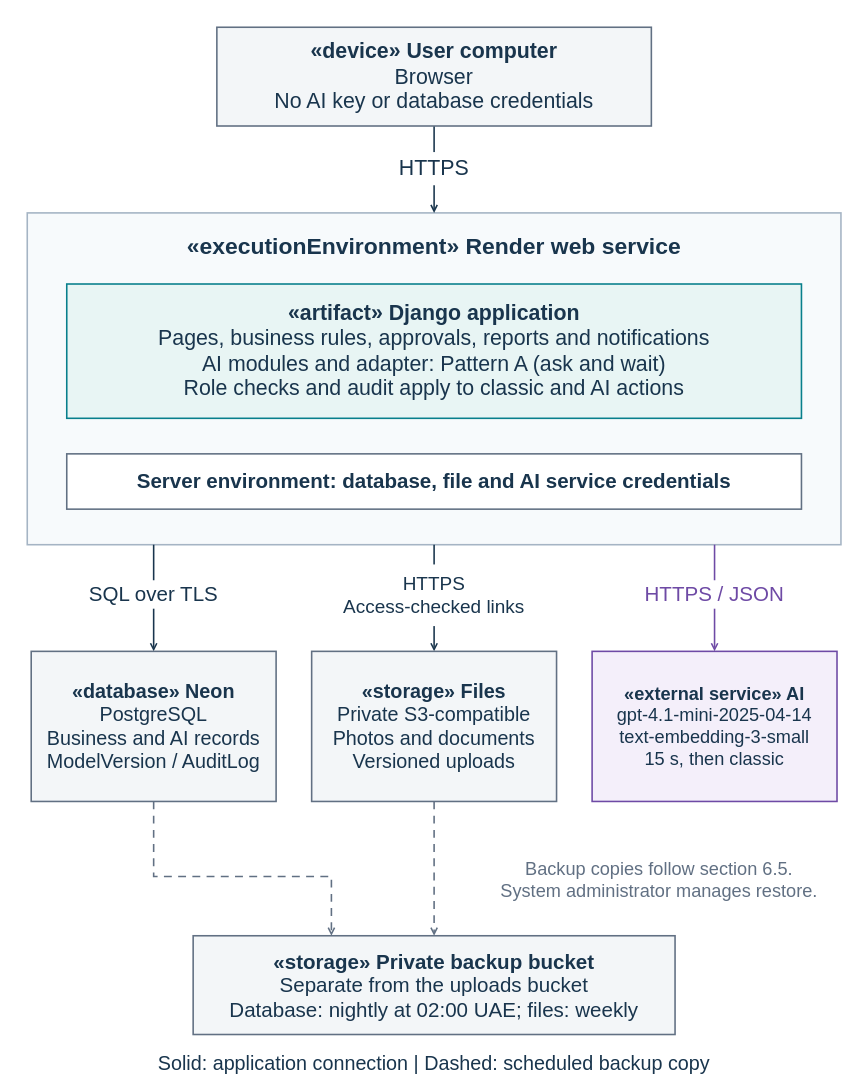
Earlier version of the draw.io diagram docs/phase45/images/figure-11-2-deployment.drawio (duqins/ITS). Source tidied: cells renumbered, new cells numbered last; positions are measured from the earlier drawing's top-left corner, leaving out a move shared by most shapes. Both pictures are drawn from the tidied source at 79%, with x=0, y=0 at pixel (27, 27).
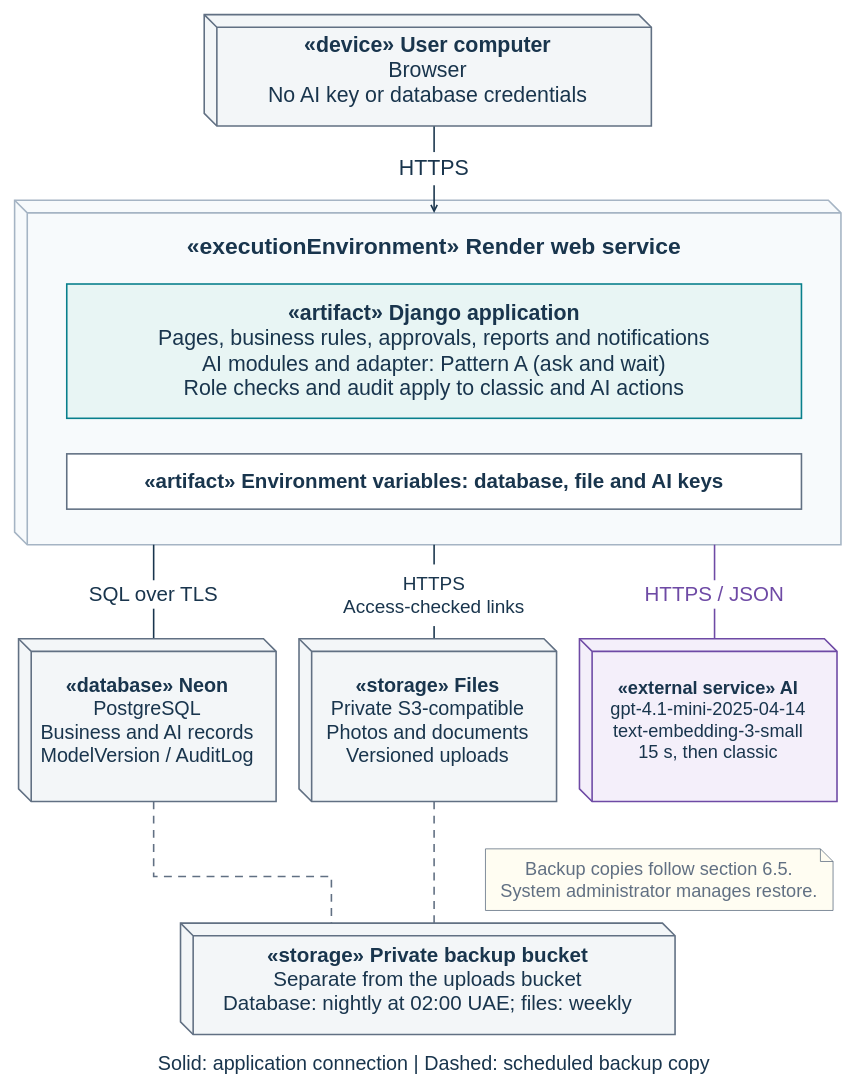
The same diagram, later.

The edit, as a diff of the source:
```diff
@@
-    <mxCell id="2" style="rounded=0;html=1;fillColor=#F7FAFC;strokeColor=#A5B4C4;strokeWidth=2;" parent="1" vertex="1">
-      <mxGeometry y="235" width="1030" height="420" as="geometry" />
+    <mxCell id="2" style="shape=cube;size=16;rounded=0;html=1;fillColor=#F7FAFC;strokeColor=#A5B4C4;strokeWidth=2;" parent="1" vertex="1">
+      <mxGeometry x="-16" y="219" width="1046" height="436" as="geometry" />
     </mxCell>
@@
-    <mxCell id="9" value="&lt;div style=&quot;line-height:1.18&quot;&gt;&lt;b&gt;«device» User computer&lt;/b&gt;&lt;br&gt;Browser&lt;br&gt;No AI key or database credentials&lt;/div&gt;" style="rounded=0;arcSize=15;whiteSpace=wrap;html=1;fillColor=#F3F6F8;strokeColor=#617083;strokeWidth=2;fontFamily=Arial;fontSize=27;fontColor=#19354D;align=center;verticalAlign=middle;spacing=8;" parent="1" vertex="1">
-      <mxGeometry x="240" width="550" height="125" as="geometry" />
+    <mxCell id="9" value="&lt;div style=&quot;line-height:1.18&quot;&gt;&lt;b&gt;«device» User computer&lt;/b&gt;&lt;br&gt;Browser&lt;br&gt;No AI key or database credentials&lt;/div&gt;" style="shape=cube;size=16;rounded=0;arcSize=15;whiteSpace=wrap;html=1;fillColor=#F3F6F8;strokeColor=#617083;strokeWidth=2;fontFamily=Arial;fontSize=27;fontColor=#19354D;align=center;verticalAlign=middle;spacing=8;" parent="1" vertex="1">
+      <mxGeometry x="224" y="-16" width="566" height="141" as="geometry" />
     </mxCell>
@@
-    <mxCell id="11" value="&lt;div style=&quot;line-height:1.18&quot;&gt;&lt;b&gt;Server environment: database, file and AI service credentials&lt;/b&gt;&lt;/div&gt;" style="rounded=0;arcSize=15;whiteSpace=wrap;html=1;fillColor=white;strokeColor=#617083;strokeWidth=2;fontFamily=Arial;fontSize=26;fontColor=#19354D;align=center;verticalAlign=middle;spacing=8;" parent="1" vertex="1">
+    <mxCell id="11" value="&lt;div style=&quot;line-height:1.18&quot;&gt;&lt;b&gt;«artifact» Environment variables: database, file and AI keys&lt;/b&gt;&lt;/div&gt;" style="rounded=0;arcSize=15;whiteSpace=wrap;html=1;fillColor=white;strokeColor=#617083;strokeWidth=2;fontFamily=Arial;fontSize=26;fontColor=#19354D;align=center;verticalAlign=middle;spacing=8;" parent="1" vertex="1">
       <mxGeometry x="50" y="540" width="930" height="70" as="geometry" />
     </mxCell>
-    <mxCell id="12" value="&lt;div style=&quot;line-height:1.18&quot;&gt;&lt;b&gt;«database» Neon&lt;/b&gt;&lt;br&gt;PostgreSQL&lt;br&gt;Business and AI records&lt;br&gt;ModelVersion / AuditLog&lt;/div&gt;" style="rounded=0;arcSize=15;whiteSpace=wrap;html=1;fillColor=#F3F6F8;strokeColor=#617083;strokeWidth=2;fontFamily=Arial;fontSize=25;fontColor=#19354D;align=center;verticalAlign=middle;spacing=8;" parent="1" vertex="1">
-      <mxGeometry x="5" y="790" width="310" height="190" as="geometry" />
+    <mxCell id="12" value="&lt;div style=&quot;line-height:1.18&quot;&gt;&lt;b&gt;«database» Neon&lt;/b&gt;&lt;br&gt;PostgreSQL&lt;br&gt;Business and AI records&lt;br&gt;ModelVersion / AuditLog&lt;/div&gt;" style="shape=cube;size=16;rounded=0;arcSize=15;whiteSpace=wrap;html=1;fillColor=#F3F6F8;strokeColor=#617083;strokeWidth=2;fontFamily=Arial;fontSize=25;fontColor=#19354D;align=center;verticalAlign=middle;spacing=8;" parent="1" vertex="1">
+      <mxGeometry x="-11" y="774" width="326" height="206" as="geometry" />
     </mxCell>
-    <mxCell id="13" value="&lt;div style=&quot;line-height:1.18&quot;&gt;&lt;b&gt;«storage» Files&lt;/b&gt;&lt;br&gt;Private S3-compatible&lt;br&gt;Photos and documents&lt;br&gt;Versioned uploads&lt;/div&gt;" style="rounded=0;arcSize=15;whiteSpace=wrap;html=1;fillColor=#F3F6F8;strokeColor=#617083;strokeWidth=2;fontFamily=Arial;fontSize=25;fontColor=#19354D;align=center;verticalAlign=middle;spacing=8;" parent="1" vertex="1">
-      <mxGeometry x="360" y="790" width="310" height="190" as="geometry" />
+    <mxCell id="13" value="&lt;div style=&quot;line-height:1.18&quot;&gt;&lt;b&gt;«storage» Files&lt;/b&gt;&lt;br&gt;Private S3-compatible&lt;br&gt;Photos and documents&lt;br&gt;Versioned uploads&lt;/div&gt;" style="shape=cube;size=16;rounded=0;arcSize=15;whiteSpace=wrap;html=1;fillColor=#F3F6F8;strokeColor=#617083;strokeWidth=2;fontFamily=Arial;fontSize=25;fontColor=#19354D;align=center;verticalAlign=middle;spacing=8;" parent="1" vertex="1">
+      <mxGeometry x="344" y="774" width="326" height="206" as="geometry" />
     </mxCell>
-    <mxCell id="14" value="&lt;div style=&quot;line-height:1.18&quot;&gt;&lt;b&gt;«external service» AI&lt;/b&gt;&lt;br&gt;gpt-4.1-mini-2025-04-14&lt;br&gt;text-embedding-3-small&lt;br&gt;15 s, then classic&lt;/div&gt;" style="rounded=0;arcSize=15;whiteSpace=wrap;html=1;fillColor=#F4EFFA;strokeColor=#6E4AA5;strokeWidth=2;fontFamily=Arial;fontSize=23;fontColor=#19354D;align=center;verticalAlign=middle;spacing=8;" parent="1" vertex="1">
-      <mxGeometry x="715" y="790" width="310" height="190" as="geometry" />
+    <mxCell id="14" value="&lt;div style=&quot;line-height:1.18&quot;&gt;&lt;b&gt;«external service» AI&lt;/b&gt;&lt;br&gt;gpt-4.1-mini-2025-04-14&lt;br&gt;text-embedding-3-small&lt;br&gt;15 s, then classic&lt;/div&gt;" style="shape=cube;size=16;rounded=0;arcSize=15;whiteSpace=wrap;html=1;fillColor=#F4EFFA;strokeColor=#6E4AA5;strokeWidth=2;fontFamily=Arial;fontSize=23;fontColor=#19354D;align=center;verticalAlign=middle;spacing=8;" parent="1" vertex="1">
+      <mxGeometry x="699" y="774" width="326" height="206" as="geometry" />
     </mxCell>
-    <mxCell id="15" value="&lt;div style=&quot;line-height:1.18&quot;&gt;&lt;b&gt;«storage» Private backup bucket&lt;/b&gt;&lt;br&gt;Separate from the uploads bucket&lt;br&gt;Database: nightly at 02:00 UAE; files: weekly&lt;/div&gt;" style="rounded=0;arcSize=15;whiteSpace=wrap;html=1;fillColor=#F3F6F8;strokeColor=#617083;strokeWidth=2;fontFamily=Arial;fontSize=26;fontColor=#19354D;align=center;verticalAlign=middle;spacing=8;" parent="1" vertex="1">
-      <mxGeometry x="210" y="1150" width="610" height="125" as="geometry" />
+    <mxCell id="15" value="&lt;div style=&quot;line-height:1.18&quot;&gt;&lt;b&gt;«storage» Private backup bucket&lt;/b&gt;&lt;br&gt;Separate from the uploads bucket&lt;br&gt;Database: nightly at 02:00 UAE; files: weekly&lt;/div&gt;" style="shape=cube;size=16;rounded=0;arcSize=15;whiteSpace=wrap;html=1;fillColor=#F3F6F8;strokeColor=#617083;strokeWidth=2;fontFamily=Arial;fontSize=26;fontColor=#19354D;align=center;verticalAlign=middle;spacing=8;" parent="1" vertex="1">
+      <mxGeometry x="194" y="1134" width="626" height="141" as="geometry" />
     </mxCell>
@@
-    <mxCell id="21" value="Backup copies follow section 6.5.&lt;br&gt;System administrator manages restore." style="text;html=1;strokeColor=none;fillColor=none;align=center;verticalAlign=middle;whiteSpace=wrap;fontFamily=Arial;fontSize=23;fontColor=#617083;fontStyle=0;" parent="1" vertex="1">
+    <mxCell id="21" value="Backup copies follow section 6.5.&lt;br&gt;System administrator manages restore." style="shape=note;size=16;html=1;strokeColor=#617083;fillColor=#FFFDF2;align=center;verticalAlign=middle;whiteSpace=wrap;fontFamily=Arial;fontSize=23;fontColor=#617083;fontStyle=0;" parent="1" vertex="1">
       <mxGeometry x="580" y="1040" width="440" height="78" as="geometry" />
     </mxCell>
```
